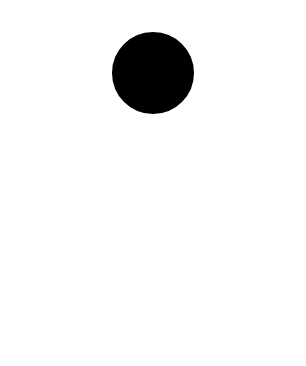
Idontlikeni/fourth_semestr keeps this draw.io diagram as AKMS/Pr_6/PR_6_2.drawio. Above is the earlier version. Source tidied: cells renumbered, new cells numbered last; positions are measured from the earlier drawing's top-left corner, leaving out a move shared by most shapes. Both pictures are drawn from the tidied source at 200%, with x=0, y=0 at pixel (112, 32).
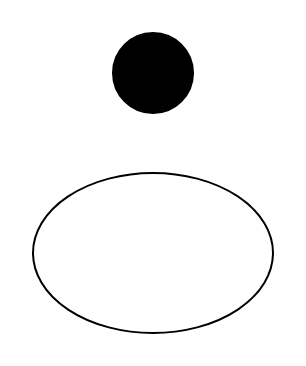
Above is the later version.

The edit, as a diff of the source:
```diff
@@
 <mxGraphModel>
   <root>
     <mxCell id="0" />
     <mxCell id="1" parent="0" />
     <mxCell id="2" style="ellipse;whiteSpace=wrap;html=1;fillColor=#000000;" parent="1" vertex="1">
       <mxGeometry width="40" height="40" as="geometry" />
     </mxCell>
+    <mxCell id="3" style="ellipse;whiteSpace=wrap;html=1;" parent="1" vertex="1">
+      <mxGeometry x="-40" y="70" width="120" height="80" as="geometry" />
+    </mxCell>
   </root>
 </mxGraphModel>
```
